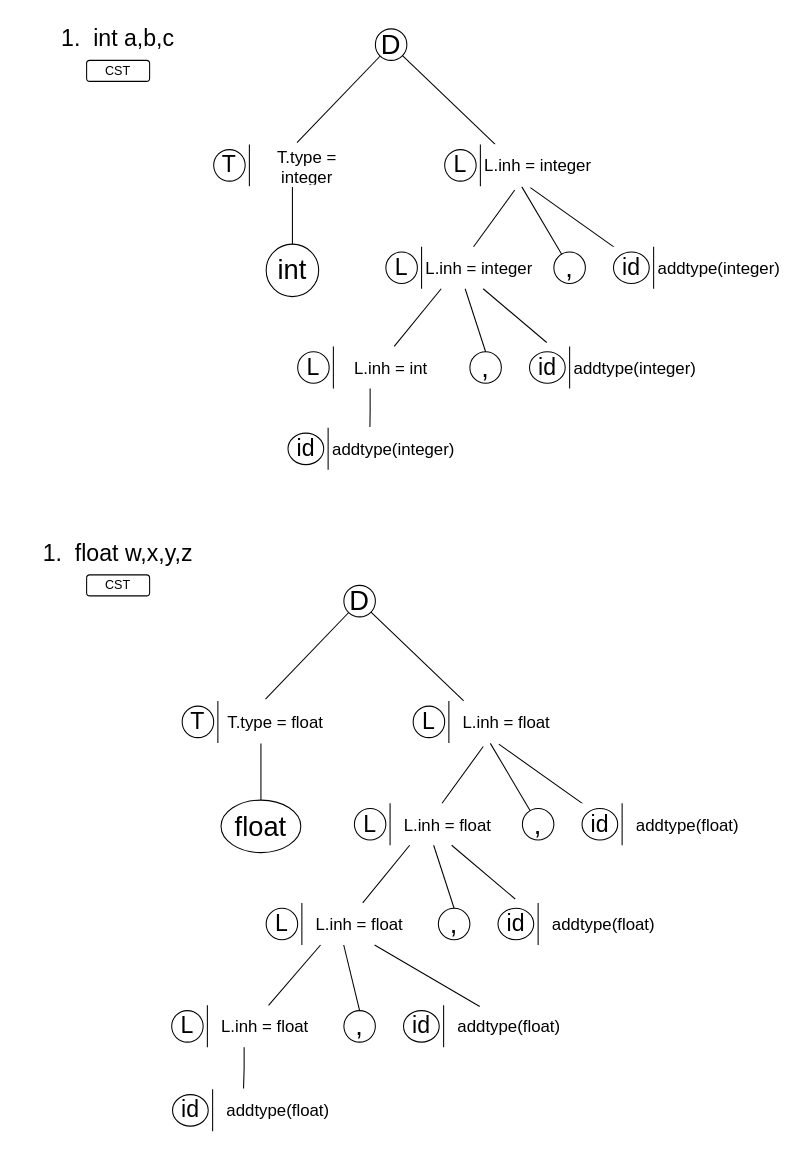
Earlier version of the draw.io diagram Compi2/T2_Compi2/T2_Compi_CST.drawio (EdgarAlvarez-ROL/Drawio_Docs). Source tidied: cells renumbered, new cells numbered last; positions are measured from the earlier drawing's top-left corner, leaving out a move shared by most shapes. Both pictures are drawn from the tidied source at 105%, with x=0, y=0 at pixel (18, 18).
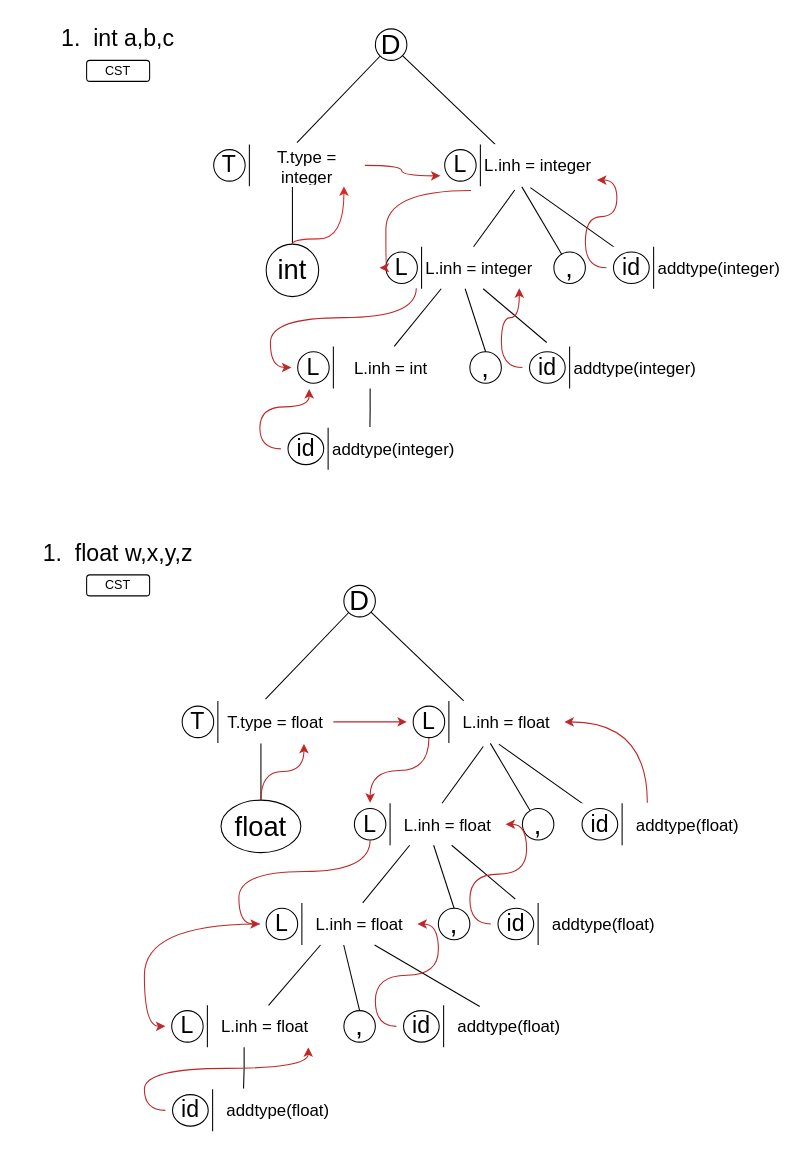
After the change.

Unchanged cells that the change refers to:
```xml
<mxCell id="8" style="shape=tableRow;horizontal=0;startSize=0;swimlaneHead=0;swimlaneBody=0;strokeColor=inherit;top=0;left=0;bottom=0;right=0;fillColor=none;points=[[0,0.5],[1,0.5]];portConstraint=eastwest;fontSize=16;align=center;verticalAlign=middle;fontFamily=Helvetica;fontColor=default;html=1;" parent="7" vertex="1">
  <mxGeometry width="150" height="40" as="geometry" />
</mxCell>
<mxCell id="12" value="int" style="ellipse;whiteSpace=wrap;html=1;fontSize=26;strokeColor=inherit;align=center;verticalAlign=middle;fontFamily=Helvetica;fontColor=default;fillColor=none;" parent="1" vertex="1">
  <mxGeometry x="236" y="215" width="50" height="50" as="geometry" />
</mxCell>
<mxCell id="17" style="shape=tableRow;horizontal=0;startSize=0;swimlaneHead=0;swimlaneBody=0;strokeColor=inherit;top=0;left=0;bottom=0;right=0;fillColor=none;points=[[0,0.5],[1,0.5]];portConstraint=eastwest;fontSize=16;align=center;verticalAlign=middle;fontFamily=Helvetica;fontColor=default;html=1;" parent="16" vertex="1">
  <mxGeometry width="150" height="40" as="geometry" />
</mxCell>
<mxCell id="23" style="shape=tableRow;horizontal=0;startSize=0;swimlaneHead=0;swimlaneBody=0;strokeColor=inherit;top=0;left=0;bottom=0;right=0;fillColor=none;points=[[0,0.5],[1,0.5]];portConstraint=eastwest;fontSize=16;align=center;verticalAlign=middle;fontFamily=Helvetica;fontColor=default;html=1;" parent="22" vertex="1">
  <mxGeometry width="150" height="40" as="geometry" />
</mxCell>
<mxCell id="33" style="shape=tableRow;horizontal=0;startSize=0;swimlaneHead=0;swimlaneBody=0;strokeColor=inherit;top=0;left=0;bottom=0;right=0;fillColor=none;points=[[0,0.5],[1,0.5]];portConstraint=eastwest;fontSize=16;align=center;verticalAlign=middle;fontFamily=Helvetica;fontColor=default;html=1;" parent="32" vertex="1">
  <mxGeometry width="150" height="40" as="geometry" />
</mxCell>
<mxCell id="43" style="shape=tableRow;horizontal=0;startSize=0;swimlaneHead=0;swimlaneBody=0;strokeColor=inherit;top=0;left=0;bottom=0;right=0;fillColor=none;points=[[0,0.5],[1,0.5]];portConstraint=eastwest;fontSize=16;align=center;verticalAlign=middle;fontFamily=Helvetica;fontColor=default;html=1;" parent="42" vertex="1">
  <mxGeometry width="170" height="40" as="geometry" />
</mxCell>
<mxCell id="49" style="shape=tableRow;horizontal=0;startSize=0;swimlaneHead=0;swimlaneBody=0;strokeColor=inherit;top=0;left=0;bottom=0;right=0;fillColor=none;points=[[0,0.5],[1,0.5]];portConstraint=eastwest;fontSize=16;align=center;verticalAlign=middle;fontFamily=Helvetica;fontColor=default;html=1;" parent="48" vertex="1">
  <mxGeometry width="170" height="40" as="geometry" />
</mxCell>
<mxCell id="55" style="shape=tableRow;horizontal=0;startSize=0;swimlaneHead=0;swimlaneBody=0;strokeColor=inherit;top=0;left=0;bottom=0;right=0;fillColor=none;points=[[0,0.5],[1,0.5]];portConstraint=eastwest;fontSize=16;align=center;verticalAlign=middle;fontFamily=Helvetica;fontColor=default;html=1;" parent="54" vertex="1">
  <mxGeometry width="170" height="40" as="geometry" />
</mxCell>
<mxCell id="66" style="shape=tableRow;horizontal=0;startSize=0;swimlaneHead=0;swimlaneBody=0;strokeColor=inherit;top=0;left=0;bottom=0;right=0;fillColor=none;points=[[0,0.5],[1,0.5]];portConstraint=eastwest;fontSize=16;align=center;verticalAlign=middle;fontFamily=Helvetica;fontColor=default;html=1;" parent="65" vertex="1">
  <mxGeometry width="150" height="40" as="geometry" />
</mxCell>
<mxCell id="70" value="float" style="ellipse;whiteSpace=wrap;html=1;fontSize=26;strokeColor=inherit;align=center;verticalAlign=middle;fontFamily=Helvetica;fontColor=default;fillColor=none;" parent="1" vertex="1">
  <mxGeometry x="193" y="744.5" width="76" height="50" as="geometry" />
</mxCell>
<mxCell id="75" style="shape=tableRow;horizontal=0;startSize=0;swimlaneHead=0;swimlaneBody=0;strokeColor=inherit;top=0;left=0;bottom=0;right=0;fillColor=none;points=[[0,0.5],[1,0.5]];portConstraint=eastwest;fontSize=16;align=center;verticalAlign=middle;fontFamily=Helvetica;fontColor=default;html=1;" parent="74" vertex="1">
  <mxGeometry width="150" height="40" as="geometry" />
</mxCell>
<mxCell id="78" value="L" style="ellipse;whiteSpace=wrap;html=1;fontSize=22;strokeColor=default;align=center;verticalAlign=middle;fontFamily=Helvetica;fontColor=default;fillColor=none;" parent="73" vertex="1">
  <mxGeometry x="6" y="5" width="30" height="30" as="geometry" />
</mxCell>
<mxCell id="81" style="shape=tableRow;horizontal=0;startSize=0;swimlaneHead=0;swimlaneBody=0;strokeColor=inherit;top=0;left=0;bottom=0;right=0;fillColor=none;points=[[0,0.5],[1,0.5]];portConstraint=eastwest;fontSize=16;align=center;verticalAlign=middle;fontFamily=Helvetica;fontColor=default;html=1;" parent="80" vertex="1">
  <mxGeometry width="150" height="40" as="geometry" />
</mxCell>
<mxCell id="84" value="L" style="ellipse;whiteSpace=wrap;html=1;fontSize=22;strokeColor=default;align=center;verticalAlign=middle;fontFamily=Helvetica;fontColor=default;fillColor=none;" parent="79" vertex="1">
  <mxGeometry x="6" y="5" width="30" height="30" as="geometry" />
</mxCell>
<mxCell id="91" style="shape=tableRow;horizontal=0;startSize=0;swimlaneHead=0;swimlaneBody=0;strokeColor=inherit;top=0;left=0;bottom=0;right=0;fillColor=none;points=[[0,0.5],[1,0.5]];portConstraint=eastwest;fontSize=16;align=center;verticalAlign=middle;fontFamily=Helvetica;fontColor=default;html=1;" parent="90" vertex="1">
  <mxGeometry width="150" height="40" as="geometry" />
</mxCell>
<mxCell id="101" style="shape=tableRow;horizontal=0;startSize=0;swimlaneHead=0;swimlaneBody=0;strokeColor=inherit;top=0;left=0;bottom=0;right=0;fillColor=none;points=[[0,0.5],[1,0.5]];portConstraint=eastwest;fontSize=16;align=center;verticalAlign=middle;fontFamily=Helvetica;fontColor=default;html=1;" parent="100" vertex="1">
  <mxGeometry width="170" height="40" as="geometry" />
</mxCell>
<mxCell id="107" style="shape=tableRow;horizontal=0;startSize=0;swimlaneHead=0;swimlaneBody=0;strokeColor=inherit;top=0;left=0;bottom=0;right=0;fillColor=none;points=[[0,0.5],[1,0.5]];portConstraint=eastwest;fontSize=16;align=center;verticalAlign=middle;fontFamily=Helvetica;fontColor=default;html=1;" parent="106" vertex="1">
  <mxGeometry width="170" height="40" as="geometry" />
</mxCell>
<mxCell id="113" style="shape=tableRow;horizontal=0;startSize=0;swimlaneHead=0;swimlaneBody=0;strokeColor=inherit;top=0;left=0;bottom=0;right=0;fillColor=none;points=[[0,0.5],[1,0.5]];portConstraint=eastwest;fontSize=16;align=center;verticalAlign=middle;fontFamily=Helvetica;fontColor=default;html=1;" parent="112" vertex="1">
  <mxGeometry width="150" height="40" as="geometry" />
</mxCell>
<mxCell id="120" style="shape=tableRow;horizontal=0;startSize=0;swimlaneHead=0;swimlaneBody=0;strokeColor=inherit;top=0;left=0;bottom=0;right=0;fillColor=none;points=[[0,0.5],[1,0.5]];portConstraint=eastwest;fontSize=16;align=center;verticalAlign=middle;fontFamily=Helvetica;fontColor=default;html=1;" parent="119" vertex="1">
  <mxGeometry width="170" height="40" as="geometry" />
</mxCell>
<mxCell id="129" style="shape=tableRow;horizontal=0;startSize=0;swimlaneHead=0;swimlaneBody=0;strokeColor=inherit;top=0;left=0;bottom=0;right=0;fillColor=none;points=[[0,0.5],[1,0.5]];portConstraint=eastwest;fontSize=16;align=center;verticalAlign=middle;fontFamily=Helvetica;fontColor=default;html=1;" parent="128" vertex="1">
  <mxGeometry width="170" height="40" as="geometry" />
</mxCell>
```

The edit, as a diff of the source:
```diff
@@
+    <mxCell id="134" style="edgeStyle=orthogonalEdgeStyle;rounded=0;jettySize=auto;html=1;entryX=0.867;entryY=1;entryDx=0;entryDy=0;entryPerimeter=0;elbow=vertical;curved=1;strokeColor=#dd2727;" parent="1" edge="1" source="12" target="8">
+      <mxGeometry relative="1" as="geometry">
+        <Array as="points">
+          <mxPoint x="261" y="210" />
+          <mxPoint x="310" y="210" />
+        </Array>
+      </mxGeometry>
+    </mxCell>
+    <mxCell id="135" style="edgeStyle=orthogonalEdgeStyle;shape=connector;curved=1;rounded=0;jettySize=auto;html=1;entryX=0.013;entryY=0.75;entryDx=0;entryDy=0;entryPerimeter=0;labelBackgroundColor=default;align=center;verticalAlign=middle;fontFamily=Helvetica;fontSize=11;fontColor=default;elbow=vertical;endArrow=classic;strokeColor=#be2727;" parent="1" edge="1" source="8" target="17">
+      <mxGeometry relative="1" as="geometry" />
+    </mxCell>
+    <mxCell id="136" style="edgeStyle=orthogonalEdgeStyle;shape=connector;curved=1;rounded=0;jettySize=auto;html=1;entryX=0;entryY=0.5;entryDx=0;entryDy=0;labelBackgroundColor=default;strokeColor=#be2727;align=center;verticalAlign=middle;fontFamily=Helvetica;fontSize=11;fontColor=default;elbow=vertical;endArrow=classic;exitX=0.207;exitY=1.1;exitDx=0;exitDy=0;exitPerimeter=0;" parent="1" edge="1" source="17" target="23">
+      <mxGeometry relative="1" as="geometry">
+        <Array as="points">
+          <mxPoint x="350" y="164" />
+          <mxPoint x="350" y="238" />
+        </Array>
+      </mxGeometry>
+    </mxCell>
+    <mxCell id="137" style="edgeStyle=orthogonalEdgeStyle;shape=connector;curved=1;rounded=0;jettySize=auto;html=1;entryX=0;entryY=0.5;entryDx=0;entryDy=0;labelBackgroundColor=default;strokeColor=#be2727;align=center;verticalAlign=middle;fontFamily=Helvetica;fontSize=11;fontColor=default;elbow=vertical;endArrow=classic;exitX=0.233;exitY=0.988;exitDx=0;exitDy=0;exitPerimeter=0;" parent="1" edge="1" source="23" target="33">
+      <mxGeometry relative="1" as="geometry" />
+    </mxCell>
+    <mxCell id="138" style="edgeStyle=orthogonalEdgeStyle;shape=connector;curved=1;rounded=0;jettySize=auto;html=1;entryX=0.113;entryY=1.013;entryDx=0;entryDy=0;entryPerimeter=0;labelBackgroundColor=default;strokeColor=#be2727;align=center;verticalAlign=middle;fontFamily=Helvetica;fontSize=11;fontColor=default;elbow=vertical;endArrow=classic;" parent="1" edge="1" source="55" target="33">
+      <mxGeometry relative="1" as="geometry" />
+    </mxCell>
+    <mxCell id="139" style="edgeStyle=orthogonalEdgeStyle;shape=connector;curved=1;rounded=0;jettySize=auto;html=1;entryX=0.887;entryY=0.988;entryDx=0;entryDy=0;entryPerimeter=0;labelBackgroundColor=default;strokeColor=#be2727;align=center;verticalAlign=middle;fontFamily=Helvetica;fontSize=11;fontColor=default;elbow=vertical;endArrow=classic;" parent="1" edge="1" source="49" target="23">
+      <mxGeometry relative="1" as="geometry" />
+    </mxCell>
+    <mxCell id="140" style="edgeStyle=orthogonalEdgeStyle;shape=connector;curved=1;rounded=0;jettySize=auto;html=1;entryX=1.007;entryY=0.85;entryDx=0;entryDy=0;entryPerimeter=0;labelBackgroundColor=default;strokeColor=#be2727;align=center;verticalAlign=middle;fontFamily=Helvetica;fontSize=11;fontColor=default;elbow=vertical;endArrow=classic;" parent="1" edge="1" source="43" target="17">
+      <mxGeometry relative="1" as="geometry" />
+    </mxCell>
+    <mxCell id="141" style="edgeStyle=orthogonalEdgeStyle;shape=connector;curved=1;rounded=0;jettySize=auto;html=1;entryX=0.813;entryY=1.025;entryDx=0;entryDy=0;entryPerimeter=0;labelBackgroundColor=default;strokeColor=#be2727;align=center;verticalAlign=middle;fontFamily=Helvetica;fontSize=11;fontColor=default;elbow=vertical;endArrow=classic;" parent="1" edge="1" source="70" target="66">
+      <mxGeometry relative="1" as="geometry" />
+    </mxCell>
+    <mxCell id="142" style="edgeStyle=orthogonalEdgeStyle;shape=connector;curved=1;rounded=0;jettySize=auto;html=1;labelBackgroundColor=default;strokeColor=#be2727;align=center;verticalAlign=middle;fontFamily=Helvetica;fontSize=11;fontColor=default;elbow=vertical;endArrow=classic;" parent="1" edge="1" source="66">
+      <mxGeometry relative="1" as="geometry">
+        <mxPoint x="370" y="670" as="targetPoint" />
+      </mxGeometry>
+    </mxCell>
+    <mxCell id="143" style="edgeStyle=orthogonalEdgeStyle;shape=connector;curved=1;rounded=0;jettySize=auto;html=1;entryX=0.14;entryY=-0.012;entryDx=0;entryDy=0;entryPerimeter=0;labelBackgroundColor=default;strokeColor=#be2727;align=center;verticalAlign=middle;fontFamily=Helvetica;fontSize=11;fontColor=default;elbow=vertical;endArrow=classic;" parent="1" edge="1" source="78" target="81">
+      <mxGeometry relative="1" as="geometry" />
+    </mxCell>
+    <mxCell id="144" style="edgeStyle=orthogonalEdgeStyle;shape=connector;curved=1;rounded=0;jettySize=auto;html=1;entryX=0;entryY=0.5;entryDx=0;entryDy=0;labelBackgroundColor=default;strokeColor=#be2727;align=center;verticalAlign=middle;fontFamily=Helvetica;fontSize=11;fontColor=default;elbow=vertical;endArrow=classic;" parent="1" edge="1" source="84" target="91">
+      <mxGeometry relative="1" as="geometry" />
+    </mxCell>
+    <mxCell id="145" style="edgeStyle=orthogonalEdgeStyle;shape=connector;curved=1;rounded=0;jettySize=auto;html=1;entryX=0;entryY=0.5;entryDx=0;entryDy=0;labelBackgroundColor=default;strokeColor=#be2727;align=center;verticalAlign=middle;fontFamily=Helvetica;fontSize=11;fontColor=default;elbow=vertical;endArrow=classic;" parent="1" edge="1" source="91" target="113">
+      <mxGeometry relative="1" as="geometry" />
+    </mxCell>
+    <mxCell id="146" style="edgeStyle=orthogonalEdgeStyle;shape=connector;curved=1;rounded=0;jettySize=auto;html=1;entryX=0.907;entryY=1;entryDx=0;entryDy=0;entryPerimeter=0;labelBackgroundColor=default;strokeColor=#be2727;align=center;verticalAlign=middle;fontFamily=Helvetica;fontSize=11;fontColor=default;elbow=vertical;endArrow=classic;" parent="1" edge="1" source="129" target="113">
+      <mxGeometry relative="1" as="geometry" />
+    </mxCell>
+    <mxCell id="147" style="edgeStyle=orthogonalEdgeStyle;shape=connector;curved=1;rounded=0;jettySize=auto;html=1;labelBackgroundColor=default;strokeColor=#be2727;align=center;verticalAlign=middle;fontFamily=Helvetica;fontSize=11;fontColor=default;elbow=vertical;endArrow=classic;" parent="1" edge="1" source="120" target="91">
+      <mxGeometry relative="1" as="geometry" />
+    </mxCell>
+    <mxCell id="148" style="edgeStyle=orthogonalEdgeStyle;shape=connector;curved=1;rounded=0;jettySize=auto;html=1;entryX=1;entryY=0.5;entryDx=0;entryDy=0;labelBackgroundColor=default;strokeColor=#be2727;align=center;verticalAlign=middle;fontFamily=Helvetica;fontSize=11;fontColor=default;elbow=vertical;endArrow=classic;" parent="1" edge="1" source="107" target="81">
+      <mxGeometry relative="1" as="geometry" />
+    </mxCell>
+    <mxCell id="149" style="edgeStyle=orthogonalEdgeStyle;shape=connector;curved=1;rounded=0;jettySize=auto;html=1;entryX=1;entryY=0.5;entryDx=0;entryDy=0;labelBackgroundColor=default;strokeColor=#be2727;align=center;verticalAlign=middle;fontFamily=Helvetica;fontSize=11;fontColor=default;elbow=vertical;endArrow=classic;exitX=0.406;exitY=-0.012;exitDx=0;exitDy=0;exitPerimeter=0;" parent="1" edge="1" source="101" target="75">
+      <mxGeometry relative="1" as="geometry" />
+    </mxCell>
```
